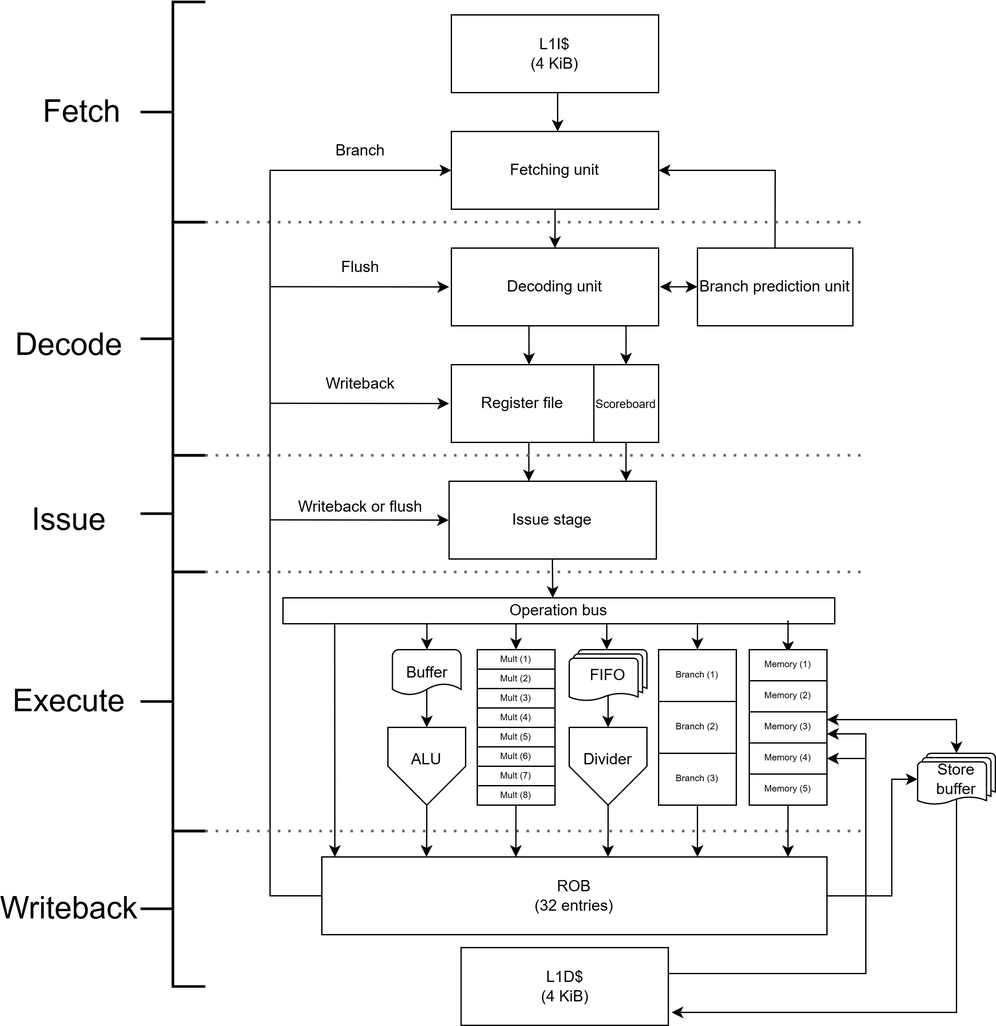
Before: docs/SRV3.png, a diagram exported from draw.io (Slicudis/SRV3). Source tidied: cells renumbered, new cells last; positions are measured from the earlier drawing's top-left corner, leaving out a move shared by most shapes.
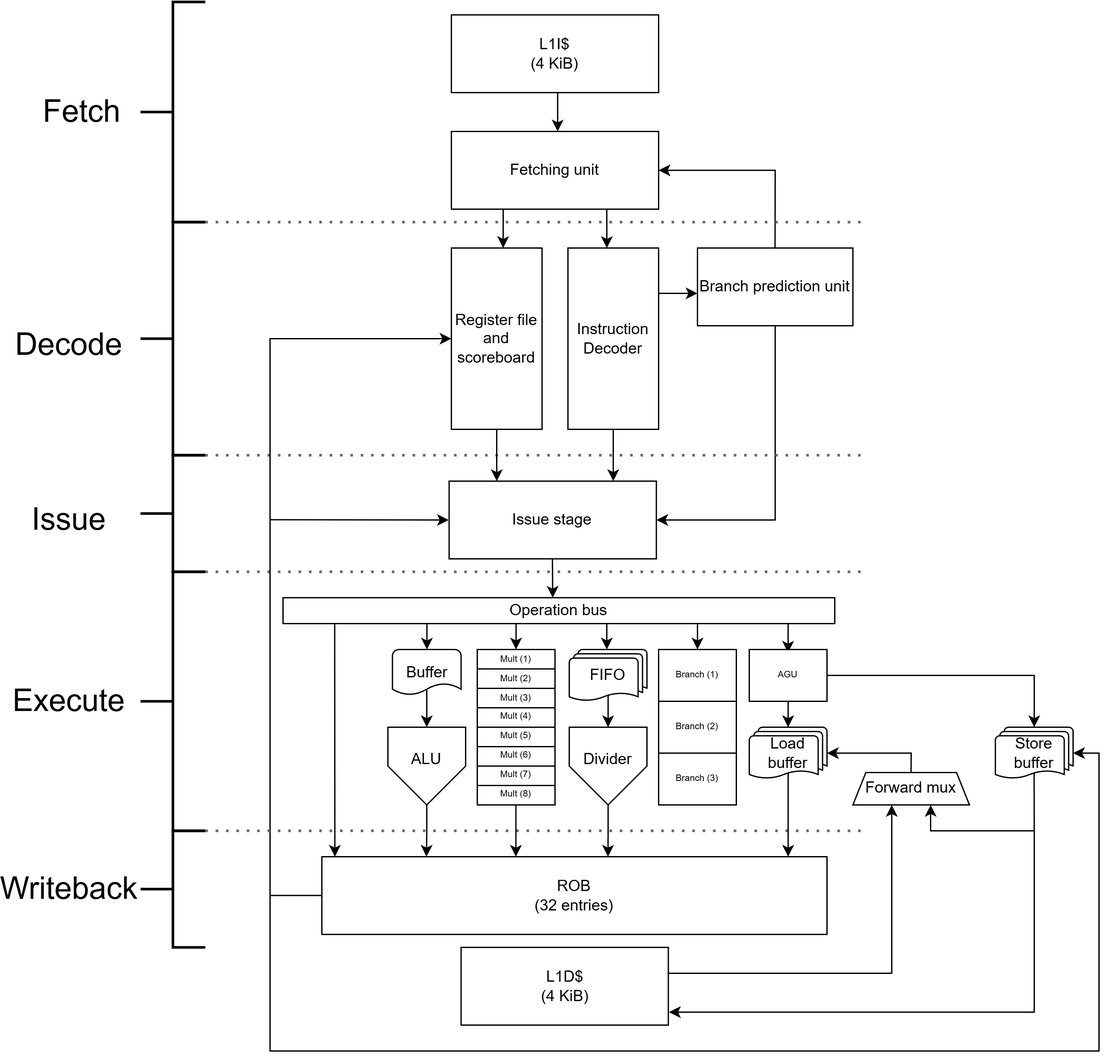
The same diagram one commit later.

What changed in the source:
```diff
@@ -5,9 +5,6 @@
     <mxCell id="2" value="L1I$&lt;div&gt;(4 KiB)&lt;/div&gt;" style="rounded=0;whiteSpace=wrap;html=1;" parent="1" vertex="1">
       <mxGeometry x="340" y="10" width="160" height="60" as="geometry" />
     </mxCell>
-    <mxCell id="3" style="edgeStyle=orthogonalEdgeStyle;rounded=0;jettySize=auto;html=1;entryX=0.5;entryY=0;entryDx=0;entryDy=0;" parent="1" edge="1" source="4" target="6">
-      <mxGeometry relative="1" as="geometry" />
-    </mxCell>
     <mxCell id="4" value="Fetching unit" style="rounded=0;whiteSpace=wrap;html=1;" parent="1" vertex="1">
       <mxGeometry x="340" y="100" width="160" height="60" as="geometry" />
     </mxCell>
@@ -17,9 +14,13 @@
         <mxPoint x="422.1" y="100" as="targetPoint" />
       </mxGeometry>
     </mxCell>
-    <mxCell id="6" value="Decoding unit" style="rounded=0;whiteSpace=wrap;html=1;" parent="1" vertex="1">
-      <mxGeometry x="340" y="190" width="160" height="60" as="geometry" />
-    </mxCell>
+    <mxCell id="88" style="edgeStyle=orthogonalEdgeStyle;rounded=0;jettySize=auto;html=1;exitX=0.5;exitY=1;exitDx=0;exitDy=0;entryX=1;entryY=0.5;entryDx=0;entryDy=0;" parent="1" edge="1" source="7" target="13">
+      <mxGeometry relative="1" as="geometry">
+        <Array as="points">
+          <mxPoint x="590" y="400" />
+        </Array>
+      </mxGeometry>
+    </mxCell>
     <mxCell id="7" value="Branch prediction unit" style="rounded=0;whiteSpace=wrap;html=1;" parent="1" vertex="1">
       <mxGeometry x="530" y="190" width="120" height="60" as="geometry" />
     </mxCell>
@@ -31,38 +32,12 @@
         </Array>
       </mxGeometry>
     </mxCell>
-    <mxCell id="9" value="Register file" style="rounded=0;whiteSpace=wrap;html=1;" parent="1" vertex="1">
-      <mxGeometry x="340" y="280" width="110" height="60" as="geometry" />
+    <mxCell id="9" value="Register file and scoreboard" style="rounded=0;whiteSpace=wrap;html=1;" parent="1" vertex="1">
+      <mxGeometry x="340" y="190" width="70" height="140" as="geometry" />
     </mxCell>
-    <mxCell id="10" value="&lt;font style=&quot;font-size: 9px;&quot;&gt;Scoreboard&lt;/font&gt;" style="rounded=0;whiteSpace=wrap;html=1;" parent="1" vertex="1">
-      <mxGeometry x="450" y="280" width="50" height="60" as="geometry" />
-    </mxCell>
-    <mxCell id="11" style="endArrow=classic;html=1;rounded=0;entryX=0.545;entryY=0;entryDx=0;entryDy=0;entryPerimeter=0;" parent="1" edge="1" target="9">
-      <mxGeometry relative="1" as="geometry">
-        <mxPoint x="399.9" y="250" as="sourcePoint" />
-      </mxGeometry>
-    </mxCell>
-    <mxCell id="12" style="endArrow=classic;html=1;rounded=0;" parent="1" edge="1">
-      <mxGeometry relative="1" as="geometry">
-        <mxPoint x="474.9" y="250" as="sourcePoint" />
-        <mxPoint x="474.9" y="280" as="targetPoint" />
-      </mxGeometry>
-    </mxCell>
     <mxCell id="13" value="Issue stage" style="rounded=0;whiteSpace=wrap;html=1;" parent="1" vertex="1">
       <mxGeometry x="338.2" y="370" width="160" height="60" as="geometry" />
     </mxCell>
-    <mxCell id="14" style="endArrow=classic;html=1;rounded=0;" parent="1" edge="1">
-      <mxGeometry relative="1" as="geometry">
-        <mxPoint x="399.8" y="340" as="sourcePoint" />
-        <mxPoint x="399.8" y="370" as="targetPoint" />
-      </mxGeometry>
-    </mxCell>
-    <mxCell id="15" style="endArrow=classic;html=1;rounded=0;" parent="1" edge="1">
-      <mxGeometry relative="1" as="geometry">
-        <mxPoint x="474.8" y="340" as="sourcePoint" />
-        <mxPoint x="474.8" y="370" as="targetPoint" />
-      </mxGeometry>
-    </mxCell>
     <mxCell id="16" value="Operation bus" style="rounded=0;whiteSpace=wrap;html=1;" parent="1" vertex="1">
       <mxGeometry x="210" y="460" width="426" height="20" as="geometry" />
     </mxCell>
@@ -165,19 +140,19 @@
         <mxPoint x="338" y="400" as="targetPoint" />
       </mxGeometry>
     </mxCell>
-    <mxCell id="41" style="edgeStyle=orthogonalEdgeStyle;rounded=0;jettySize=auto;html=1;entryX=0;entryY=0.5;entryDx=0;entryDy=0;exitX=0;exitY=0.5;exitDx=0;exitDy=0;exitPerimeter=0;" parent="1" edge="1" source="86" target="4">
+    <mxCell id="41" style="edgeStyle=orthogonalEdgeStyle;rounded=0;jettySize=auto;html=1;exitX=0;exitY=0.499;exitDx=0;exitDy=0;exitPerimeter=0;entryX=0;entryY=0.5;entryDx=0;entryDy=0;" parent="1" edge="1" source="86" target="9">
       <mxGeometry relative="1" as="geometry">
         <Array as="points">
           <mxPoint x="200" y="690" />
-          <mxPoint x="200" y="130" />
+          <mxPoint x="200" y="260" />
         </Array>
       </mxGeometry>
     </mxCell>
     <mxCell id="42" style="strokeWidth=2;html=1;shape=mxgraph.flowchart.annotation_2;align=left;labelPosition=right;" parent="1" vertex="1">
-      <mxGeometry x="100" y="640" width="50" height="120" as="geometry" />
+      <mxGeometry x="100" y="640" width="50" height="90" as="geometry" />
     </mxCell>
     <mxCell id="43" value="Writeback" style="text;html=1;align=center;verticalAlign=middle;whiteSpace=wrap;rounded=0;fontSize=24;" parent="1" vertex="1">
-      <mxGeometry y="675" width="90" height="50" as="geometry" />
+      <mxGeometry y="660" width="90" height="50" as="geometry" />
     </mxCell>
     <mxCell id="44" style="edgeStyle=orthogonalEdgeStyle;rounded=0;jettySize=auto;html=1;exitX=0.5;exitY=1;exitDx=0;exitDy=0;entryX=0.26;entryY=0;entryDx=0;entryDy=0;entryPerimeter=0;" parent="1" edge="1" source="18">
       <mxGeometry relative="1" as="geometry">
@@ -195,36 +170,6 @@
         <mxPoint x="658.8" y="640" as="targetPoint" />
       </mxGeometry>
     </mxCell>
-    <mxCell id="47" style="endArrow=classic;startArrow=classic;html=1;rounded=0;" parent="1" edge="1">
-      <mxGeometry relative="1" as="geometry">
-        <mxPoint x="501" y="219.9" as="sourcePoint" />
-        <mxPoint x="530" y="219.9" as="targetPoint" />
-      </mxGeometry>
-    </mxCell>
-    <mxCell id="48" style="endArrow=classic;html=1;rounded=0;" parent="1" edge="1">
-      <mxGeometry relative="1" as="geometry">
-        <mxPoint x="200.2" y="309.8" as="sourcePoint" />
-        <mxPoint x="338.2" y="310" as="targetPoint" />
-      </mxGeometry>
-    </mxCell>
-    <mxCell id="49" style="endArrow=classic;html=1;rounded=0;" parent="1" edge="1">
-      <mxGeometry relative="1" as="geometry">
-        <mxPoint x="200.2" y="219.8" as="sourcePoint" />
-        <mxPoint x="338.2" y="220" as="targetPoint" />
-      </mxGeometry>
-    </mxCell>
-    <mxCell id="50" value="Writeback or flush" style="text;html=1;align=center;verticalAlign=middle;whiteSpace=wrap;rounded=0;" parent="1" vertex="1">
-      <mxGeometry x="220" y="375" width="100" height="30" as="geometry" />
-    </mxCell>
-    <mxCell id="51" value="Writeback" style="text;html=1;align=center;verticalAlign=middle;whiteSpace=wrap;rounded=0;" parent="1" vertex="1">
-      <mxGeometry x="240" y="280" width="60" height="30" as="geometry" />
-    </mxCell>
-    <mxCell id="52" value="Flush" style="text;html=1;align=center;verticalAlign=middle;whiteSpace=wrap;rounded=0;" parent="1" vertex="1">
-      <mxGeometry x="240" y="190" width="60" height="30" as="geometry" />
-    </mxCell>
-    <mxCell id="53" value="Branch" style="text;html=1;align=center;verticalAlign=middle;whiteSpace=wrap;rounded=0;" parent="1" vertex="1">
-      <mxGeometry x="240" y="100" width="60" height="30" as="geometry" />
-    </mxCell>
     <mxCell id="54" value="Buffer" style="strokeWidth=1;html=1;shape=mxgraph.flowchart.document2;whiteSpace=wrap;size=0.25;" parent="1" vertex="1">
       <mxGeometry x="294.5" y="500" width="53" height="35" as="geometry" />
     </mxCell>
@@ -290,86 +235,99 @@
     </mxCell>
     <mxCell id="72" style="endArrow=classic;html=1;rounded=0;" parent="1" edge="1">
       <mxGeometry relative="1" as="geometry">
-        <mxPoint x="599.9" y="477.5" as="sourcePoint" />
+        <mxPoint x="600" y="480" as="sourcePoint" />
         <mxPoint x="599.9" y="502.5" as="targetPoint" />
       </mxGeometry>
     </mxCell>
-    <mxCell id="73" style="endArrow=classic;html=1;rounded=0;" parent="1" edge="1">
-      <mxGeometry relative="1" as="geometry">
-        <mxPoint x="530" y="620" as="sourcePoint" />
-        <mxPoint x="530" y="660" as="targetPoint" />
-      </mxGeometry>
-    </mxCell>
     <mxCell id="74" style="endArrow=classic;html=1;rounded=0;" parent="1" edge="1">
       <mxGeometry relative="1" as="geometry">
-        <mxPoint x="599.9" y="620" as="sourcePoint" />
-        <mxPoint x="599.9" y="660" as="targetPoint" />
+        <mxPoint x="600" y="595" as="sourcePoint" />
+        <mxPoint x="600" y="660" as="targetPoint" />
       </mxGeometry>
     </mxCell>
-    <mxCell id="75" style="endArrow=classic;html=1;rounded=0;exitX=0.5;exitY=0.88;exitDx=0;exitDy=0;exitPerimeter=0;targetPerimeterSpacing=0;" parent="1" edge="1" source="76">
-      <mxGeometry relative="1" as="geometry">
-        <mxPoint x="510" y="780" as="targetPoint" />
-        <Array as="points">
-          <mxPoint x="730" y="780" />
-        </Array>
-      </mxGeometry>
-    </mxCell>
-    <mxCell id="76" value="Store buffer" style="strokeWidth=1;html=1;shape=mxgraph.flowchart.multi-document;whiteSpace=wrap;" parent="1" vertex="1">
-      <mxGeometry x="700" y="580" width="60" height="40" as="geometry" />
+    <mxCell id="76" value="Load buffer" style="strokeWidth=1;html=1;shape=mxgraph.flowchart.multi-document;whiteSpace=wrap;" parent="1" vertex="1">
+      <mxGeometry x="570" y="560" width="60" height="40" as="geometry" />
     </mxCell>
-    <mxCell id="77" style="group;" parent="1" vertex="1">
-      <mxGeometry x="570" y="500" width="60" height="120" as="geometry" />
-    </mxCell>
-    <mxCell id="78" value="&lt;font&gt;Memory (2)&lt;/font&gt;" style="rounded=0;whiteSpace=wrap;html=1;fontSize=7;" parent="77" vertex="1">
-      <mxGeometry y="24" width="60" height="24" as="geometry" />
-    </mxCell>
-    <mxCell id="79" value="&lt;font&gt;Memory (3)&lt;/font&gt;" style="rounded=0;whiteSpace=wrap;html=1;fontSize=7;" parent="77" vertex="1">
-      <mxGeometry y="48" width="60" height="24" as="geometry" />
-    </mxCell>
-    <mxCell id="80" value="&lt;font&gt;Memory (1)&lt;/font&gt;" style="rounded=0;whiteSpace=wrap;html=1;fontSize=7;" parent="77" vertex="1">
-      <mxGeometry width="60" height="24" as="geometry" />
-    </mxCell>
-    <mxCell id="81" value="&lt;font&gt;Memory (4)&lt;/font&gt;" style="rounded=0;whiteSpace=wrap;html=1;fontSize=7;" parent="77" vertex="1">
-      <mxGeometry y="72" width="60" height="24" as="geometry" />
-    </mxCell>
-    <mxCell id="82" value="&lt;font&gt;Memory (5)&lt;/font&gt;" style="rounded=0;whiteSpace=wrap;html=1;fontSize=7;" parent="77" vertex="1">
-      <mxGeometry y="96" width="60" height="24" as="geometry" />
-    </mxCell>
-    <mxCell id="83" style="endArrow=classic;html=1;rounded=0;entryX=1;entryY=0.5;entryDx=0;entryDy=0;" parent="1" edge="1" target="81">
-      <mxGeometry relative="1" as="geometry">
-        <mxPoint x="508" y="750" as="sourcePoint" />
-        <Array as="points">
-          <mxPoint x="660" y="750" />
-          <mxPoint x="660" y="584" />
-        </Array>
-      </mxGeometry>
-    </mxCell>
-    <mxCell id="84" style="endArrow=classic;startArrow=classic;html=1;rounded=0;entryX=0.5;entryY=0;entryDx=0;entryDy=0;entryPerimeter=0;exitX=1;exitY=0.25;exitDx=0;exitDy=0;" parent="1" edge="1" source="79" target="76">
-      <mxGeometry relative="1" as="geometry">
-        <Array as="points">
-          <mxPoint x="730" y="554" />
-        </Array>
-      </mxGeometry>
-    </mxCell>
-    <mxCell id="85" style="endArrow=classic;html=1;rounded=0;" parent="1" edge="1">
-      <mxGeometry relative="1" as="geometry">
-        <mxPoint x="660" y="595" as="sourcePoint" />
-        <mxPoint x="630" y="565" as="targetPoint" />
-        <Array as="points">
-          <mxPoint x="660" y="565" />
-        </Array>
-      </mxGeometry>
-    </mxCell>
     <mxCell id="86" value="ROB&lt;div&gt;(32 entries)&lt;/div&gt;" style="rounded=0;whiteSpace=wrap;html=1;" parent="1" vertex="1">
       <mxGeometry x="240" y="660" width="390" height="60" as="geometry" />
     </mxCell>
-    <mxCell id="87" style="edgeStyle=orthogonalEdgeStyle;rounded=0;jettySize=auto;html=1;entryX=0;entryY=0.5;entryDx=0;entryDy=0;entryPerimeter=0;" parent="1" edge="1" source="86" target="76">
-      <mxGeometry relative="1" as="geometry">
-        <Array as="points">
-          <mxPoint x="680" y="690" />
-          <mxPoint x="680" y="600" />
-        </Array>
-      </mxGeometry>
-    </mxCell>
+    <mxCell id="89" value="AGU" style="rounded=0;whiteSpace=wrap;html=1;fontSize=7;" parent="1" vertex="1">
+      <mxGeometry x="570" y="500" width="60" height="40" as="geometry" />
+    </mxCell>
+    <mxCell id="90" value="Store buffer" style="strokeWidth=1;html=1;shape=mxgraph.flowchart.multi-document;whiteSpace=wrap;" parent="1" vertex="1">
+      <mxGeometry x="760" y="560" width="60" height="40" as="geometry" />
+    </mxCell>
+    <mxCell id="91" style="edgeStyle=orthogonalEdgeStyle;rounded=0;jettySize=auto;html=1;entryX=0.5;entryY=0;entryDx=0;entryDy=0;entryPerimeter=0;" parent="1" edge="1" source="89" target="76">
+      <mxGeometry relative="1" as="geometry" />
+    </mxCell>
+    <mxCell id="92" style="edgeStyle=orthogonalEdgeStyle;rounded=0;jettySize=auto;html=1;entryX=0.5;entryY=0;entryDx=0;entryDy=0;entryPerimeter=0;" parent="1" edge="1" source="89" target="90">
+      <mxGeometry relative="1" as="geometry" />
+    </mxCell>
+    <mxCell id="93" value="Forward mux" style="shape=trapezoid;perimeter=trapezoidPerimeter;whiteSpace=wrap;html=1;fixedSize=1;size=10;" parent="1" vertex="1">
+      <mxGeometry x="650" y="595" width="90" height="25" as="geometry" />
+    </mxCell>
+    <mxCell id="94" style="endArrow=classic;html=1;rounded=0;entryX=1;entryY=0.5;entryDx=0;entryDy=0;entryPerimeter=0;" parent="1" edge="1" target="76">
+      <mxGeometry relative="1" as="geometry">
+        <mxPoint x="694.9" y="595" as="sourcePoint" />
+        <Array as="points">
+          <mxPoint x="695" y="580" />
+        </Array>
+      </mxGeometry>
+    </mxCell>
+    <mxCell id="95" style="endArrow=classic;html=1;rounded=0;entryX=0.667;entryY=1;entryDx=0;entryDy=0;entryPerimeter=0;" parent="1" edge="1" target="93">
+      <mxGeometry relative="1" as="geometry">
+        <mxPoint x="789.9" y="595" as="sourcePoint" />
+        <Array as="points">
+          <mxPoint x="790" y="640" />
+          <mxPoint x="710" y="640" />
+        </Array>
+      </mxGeometry>
+    </mxCell>
+    <mxCell id="96" style="endArrow=classic;html=1;rounded=0;" parent="1" edge="1">
+      <mxGeometry relative="1" as="geometry">
+        <mxPoint x="507" y="750" as="sourcePoint" />
+        <mxPoint x="680" y="620" as="targetPoint" />
+        <Array as="points">
+          <mxPoint x="680" y="750" />
+        </Array>
+      </mxGeometry>
+    </mxCell>
+    <mxCell id="97" style="endArrow=classic;html=1;rounded=0;" parent="1" edge="1">
+      <mxGeometry relative="1" as="geometry">
+        <mxPoint x="790" y="640" as="sourcePoint" />
+        <mxPoint x="508" y="780" as="targetPoint" />
+        <Array as="points">
+          <mxPoint x="790" y="780" />
+        </Array>
+      </mxGeometry>
+    </mxCell>
+    <mxCell id="98" value="Instruction Decoder" style="rounded=0;whiteSpace=wrap;html=1;" parent="1" vertex="1">
+      <mxGeometry x="430" y="190" width="70" height="140" as="geometry" />
+    </mxCell>
+    <mxCell id="99" style="edgeStyle=orthogonalEdgeStyle;rounded=0;jettySize=auto;html=1;entryX=0.23;entryY=0;entryDx=0;entryDy=0;entryPerimeter=0;" parent="1" edge="1" source="9" target="13">
+      <mxGeometry relative="1" as="geometry" />
+    </mxCell>
+    <mxCell id="100" style="edgeStyle=orthogonalEdgeStyle;rounded=0;jettySize=auto;html=1;entryX=0.792;entryY=0;entryDx=0;entryDy=0;entryPerimeter=0;" parent="1" edge="1" source="98" target="13">
+      <mxGeometry relative="1" as="geometry" />
+    </mxCell>
+    <mxCell id="101" style="edgeStyle=orthogonalEdgeStyle;rounded=0;jettySize=auto;html=1;exitX=0.75;exitY=1;exitDx=0;exitDy=0;entryX=0.429;entryY=0;entryDx=0;entryDy=0;entryPerimeter=0;" parent="1" edge="1" source="4" target="98">
+      <mxGeometry relative="1" as="geometry" />
+    </mxCell>
+    <mxCell id="102" style="edgeStyle=orthogonalEdgeStyle;rounded=0;jettySize=auto;html=1;exitX=0.25;exitY=1;exitDx=0;exitDy=0;entryX=0.571;entryY=0;entryDx=0;entryDy=0;entryPerimeter=0;" parent="1" edge="1" source="4" target="9">
+      <mxGeometry relative="1" as="geometry" />
+    </mxCell>
+    <mxCell id="103" style="edgeStyle=orthogonalEdgeStyle;rounded=0;jettySize=auto;html=1;exitX=1;exitY=0.25;exitDx=0;exitDy=0;entryX=0;entryY=0.584;entryDx=0;entryDy=0;entryPerimeter=0;" parent="1" edge="1" source="98" target="7">
+      <mxGeometry relative="1" as="geometry" />
+    </mxCell>
+    <mxCell id="104" style="endArrow=classic;html=1;rounded=0;entryX=1;entryY=0.5;entryDx=0;entryDy=0;entryPerimeter=0;" parent="1" edge="1" target="90">
+      <mxGeometry relative="1" as="geometry">
+        <mxPoint x="200" y="690" as="sourcePoint" />
+        <Array as="points">
+          <mxPoint x="200" y="810" />
+          <mxPoint x="840" y="810" />
+          <mxPoint x="840" y="580" />
+        </Array>
+      </mxGeometry>
+    </mxCell>
   </root>
 </mxGraphModel>
```
